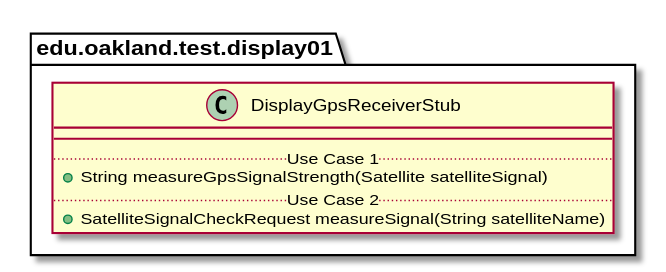
Before: docs/uml-class-diagrams/display01/test/DisplayGpsReceiverStub/DisplayGpsReceiverStub.svg, a diagram exported from PlantUML (andrewdimmer/csi-3370-software-project).
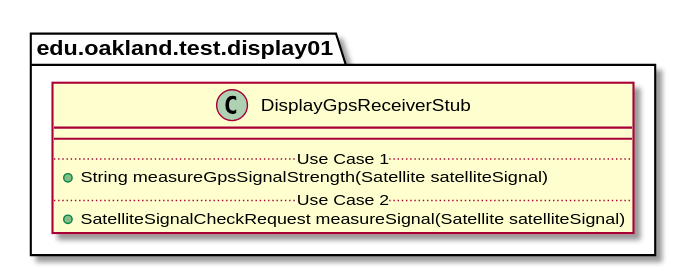
Later version of the same file.

Change to the diagram source:
```diff
@@ -6,7 +6,7 @@
         .. Use Case 1 ..
         + String measureGpsSignalStrength(Satellite satelliteSignal)
         .. Use Case 2 ..
-        + SatelliteSignalCheckRequest measureSignal(String satelliteName)
+        + SatelliteSignalCheckRequest measureSignal(Satellite satelliteSignal)
     }
 }
 
```
